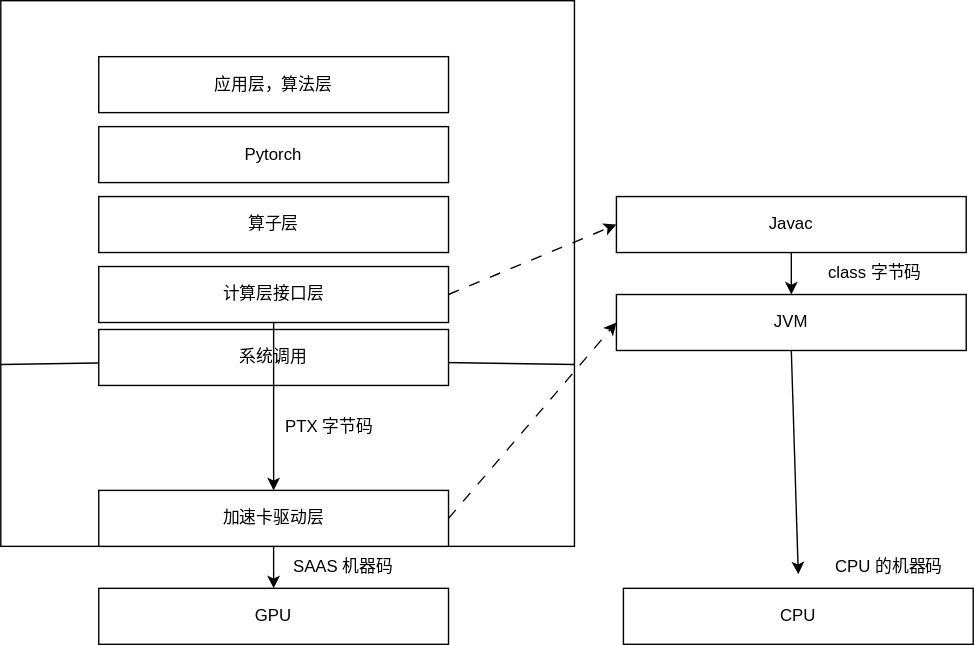
dingiv/dingiv.github.io keeps this draw.io diagram as src/ai/compute/compute.dio.svg. Above is the earlier version. Source tidied: cells renumbered, new cells last; positions are measured from the earlier drawing's top-left corner, leaving out a move shared by most shapes.
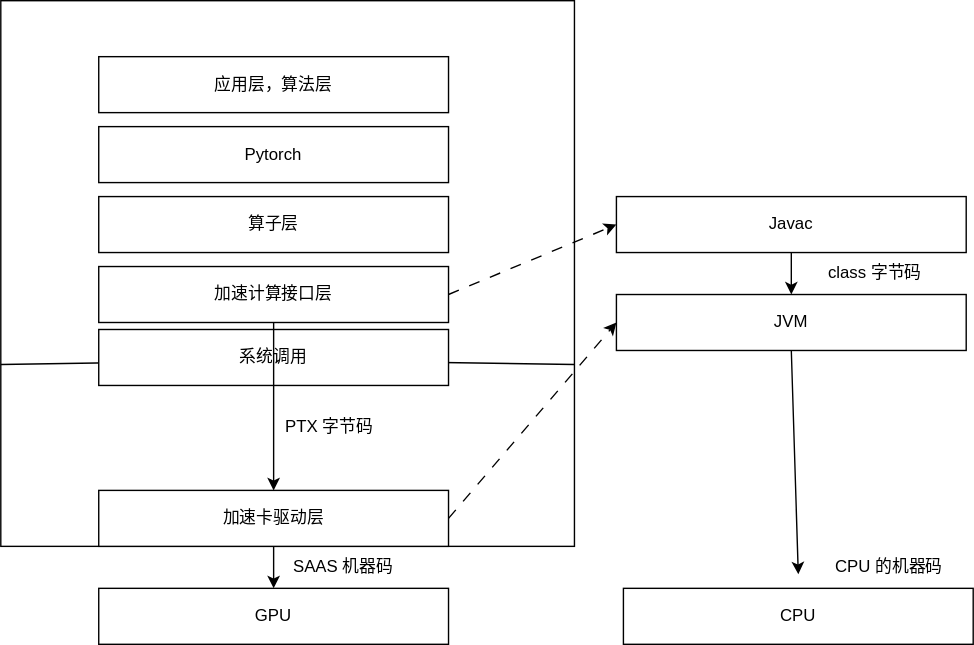
Later version of the same file.

What changed in the source:
```diff
@@ -21,7 +21,7 @@
     <mxCell id="6" style="edgeStyle=none;html=1;exitX=1;exitY=0.5;exitDx=0;exitDy=0;entryX=0;entryY=0.5;entryDx=0;entryDy=0;dashed=1;dashPattern=8 8;" parent="1" edge="1" source="7" target="16">
       <mxGeometry relative="1" as="geometry" />
     </mxCell>
-    <mxCell id="7" value="计算层接口层" style="rounded=0;whiteSpace=wrap;html=1;" parent="1" vertex="1">
+    <mxCell id="7" value="加速计算接口层" style="rounded=0;whiteSpace=wrap;html=1;" parent="1" vertex="1">
       <mxGeometry x="70" y="190" width="250" height="40" as="geometry" />
     </mxCell>
     <mxCell id="8" value="算子层" style="rounded=0;whiteSpace=wrap;html=1;" parent="1" vertex="1">
```
